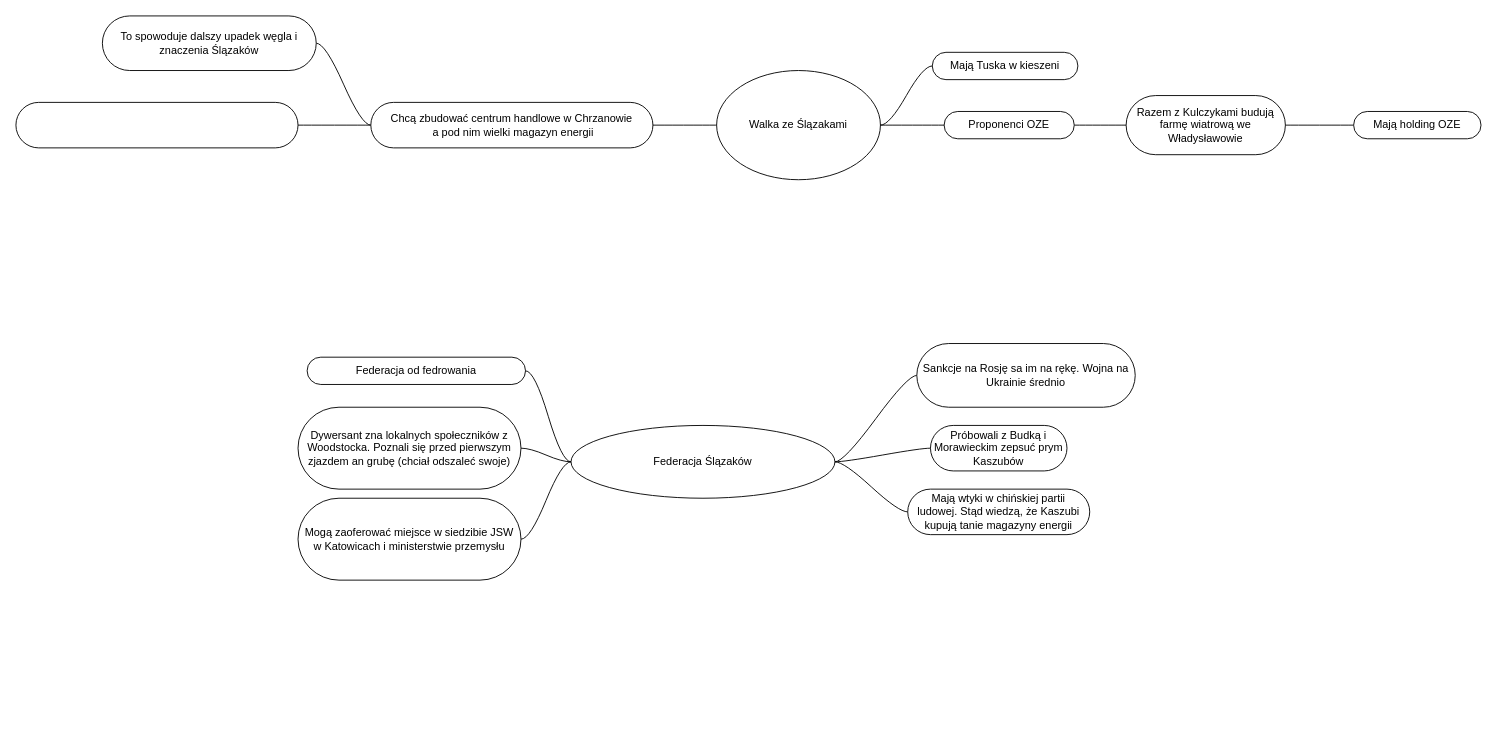
The draw.io diagram protoyp.drawio in tomasz923/game, before the edit. Source tidied: cells renumbered, new cells numbered last; positions are measured from the earlier drawing's top-left corner, leaving out a move shared by most shapes. Both pictures are drawn from the tidied source at 91%, with x=0, y=0 at pixel (15, 15).
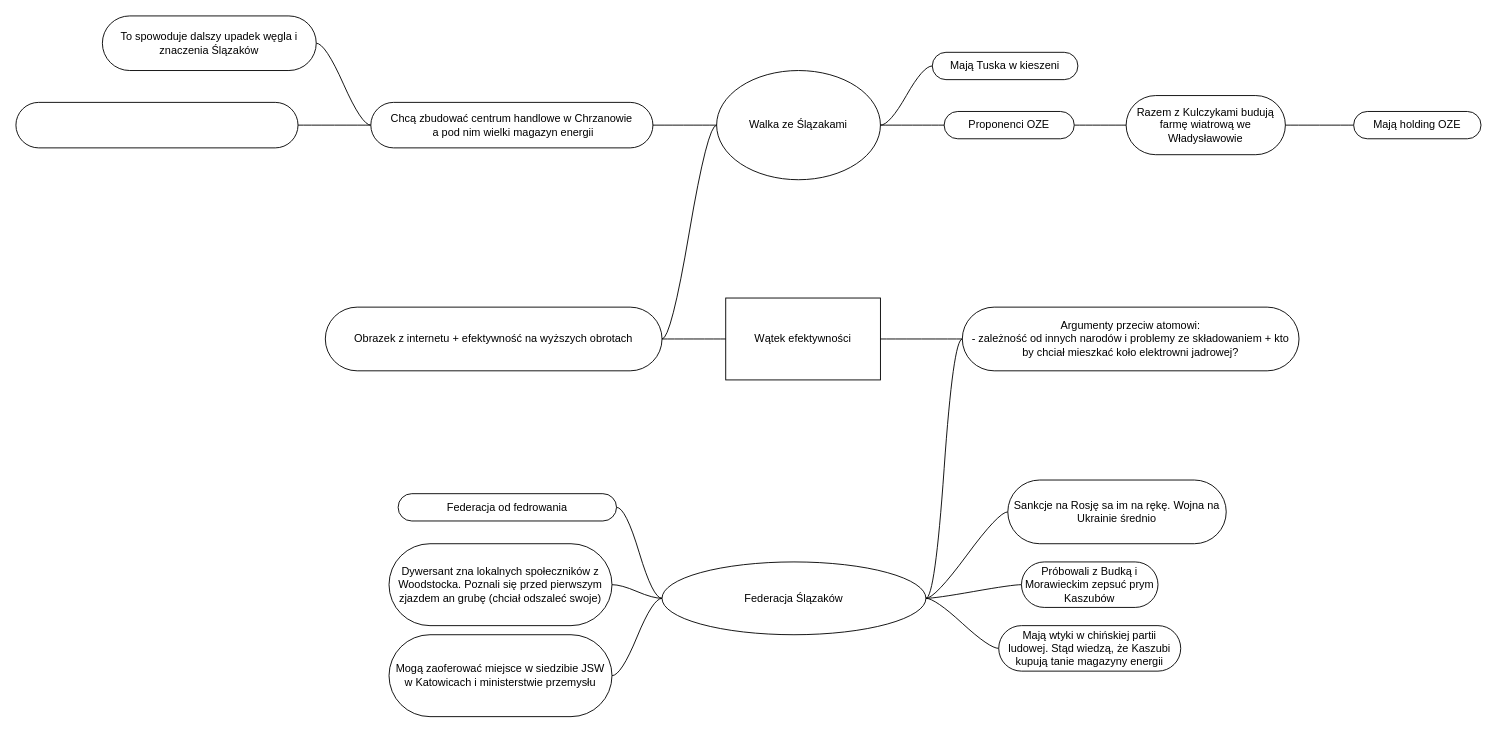
After the change.

Unchanged cells that the change refers to:
```xml
<mxCell id="3" value="Walka ze Ślązakami" style="ellipse;whiteSpace=wrap;html=1;align=center;newEdgeStyle={&quot;edgeStyle&quot;:&quot;entityRelationEdgeStyle&quot;,&quot;startArrow&quot;:&quot;none&quot;,&quot;endArrow&quot;:&quot;none&quot;,&quot;segment&quot;:10,&quot;curved&quot;:1,&quot;sourcePerimeterSpacing&quot;:0,&quot;targetPerimeterSpacing&quot;:0};" parent="1" vertex="1">
  <mxGeometry x="770" y="60" width="180" height="120" as="geometry" />
</mxCell>
```

The edit, as a diff of the source:
```diff
@@
     <mxCell id="17" value="Federacja Ślązaków" style="ellipse;whiteSpace=wrap;html=1;align=center;newEdgeStyle={&quot;edgeStyle&quot;:&quot;entityRelationEdgeStyle&quot;,&quot;startArrow&quot;:&quot;none&quot;,&quot;endArrow&quot;:&quot;none&quot;,&quot;segment&quot;:10,&quot;curved&quot;:1,&quot;sourcePerimeterSpacing&quot;:0,&quot;targetPerimeterSpacing&quot;:0};" parent="1" vertex="1">
-      <mxGeometry x="610" y="450" width="290" height="80" as="geometry" />
+      <mxGeometry x="710" y="600" width="290" height="80" as="geometry" />
     </mxCell>
     <mxCell id="18" value="Próbowali z Budką i Morawieckim zepsuć prym Kaszubów" style="whiteSpace=wrap;html=1;rounded=1;arcSize=50;align=center;verticalAlign=middle;strokeWidth=1;spacing=4;newEdgeStyle={&quot;edgeStyle&quot;:&quot;entityRelationEdgeStyle&quot;,&quot;startArrow&quot;:&quot;none&quot;,&quot;endArrow&quot;:&quot;none&quot;,&quot;segment&quot;:10,&quot;curved&quot;:1,&quot;sourcePerimeterSpacing&quot;:0,&quot;targetPerimeterSpacing&quot;:0};" parent="1" vertex="1">
-      <mxGeometry x="1005" y="450" width="150" height="50" as="geometry" />
+      <mxGeometry x="1105" y="600" width="150" height="50" as="geometry" />
     </mxCell>
     <mxCell id="19" value="Federacja od fedrowania" style="whiteSpace=wrap;html=1;rounded=1;arcSize=50;align=center;verticalAlign=middle;strokeWidth=1;spacing=4;newEdgeStyle={&quot;edgeStyle&quot;:&quot;entityRelationEdgeStyle&quot;,&quot;startArrow&quot;:&quot;none&quot;,&quot;endArrow&quot;:&quot;none&quot;,&quot;segment&quot;:10,&quot;curved&quot;:1,&quot;sourcePerimeterSpacing&quot;:0,&quot;targetPerimeterSpacing&quot;:0};" parent="1" vertex="1">
-      <mxGeometry x="320" y="375" width="240" height="30" as="geometry" />
+      <mxGeometry x="420" y="525" width="240" height="30" as="geometry" />
     </mxCell>
@@
     <mxCell id="21" value="Mają wtyki w chińskiej partii ludowej. Stąd wiedzą, że Kaszubi kupują tanie ma&lt;span style=&quot;background-color: transparent; color: light-dark(rgb(0, 0, 0), rgb(255, 255, 255));&quot;&gt;gazyny energii&lt;/span&gt;" style="whiteSpace=wrap;html=1;rounded=1;arcSize=50;align=center;verticalAlign=middle;strokeWidth=1;spacing=4;newEdgeStyle={&quot;edgeStyle&quot;:&quot;entityRelationEdgeStyle&quot;,&quot;startArrow&quot;:&quot;none&quot;,&quot;endArrow&quot;:&quot;none&quot;,&quot;segment&quot;:10,&quot;curved&quot;:1,&quot;sourcePerimeterSpacing&quot;:0,&quot;targetPerimeterSpacing&quot;:0};" parent="1" vertex="1">
-      <mxGeometry x="980" y="520" width="200" height="50" as="geometry" />
+      <mxGeometry x="1080" y="670" width="200" height="50" as="geometry" />
     </mxCell>
@@
     <mxCell id="23" value="Dywersant zna lokalnych społeczników z Woodstocka. Poznali się przed pierwszym zjazdem an grubę (chciał odszaleć swoje)" style="whiteSpace=wrap;html=1;rounded=1;arcSize=50;align=center;verticalAlign=middle;strokeWidth=1;spacing=4;newEdgeStyle={&quot;edgeStyle&quot;:&quot;entityRelationEdgeStyle&quot;,&quot;startArrow&quot;:&quot;none&quot;,&quot;endArrow&quot;:&quot;none&quot;,&quot;segment&quot;:10,&quot;curved&quot;:1,&quot;sourcePerimeterSpacing&quot;:0,&quot;targetPerimeterSpacing&quot;:0};" parent="1" vertex="1">
-      <mxGeometry x="310" y="430" width="245" height="90" as="geometry" />
+      <mxGeometry x="410" y="580" width="245" height="90" as="geometry" />
     </mxCell>
     <mxCell id="24" value="Mogą zaoferować miejsce w siedzibie JSW w Katowicach i ministerstwie przemysłu" style="whiteSpace=wrap;html=1;rounded=1;arcSize=50;align=center;verticalAlign=middle;strokeWidth=1;spacing=4;newEdgeStyle={&quot;edgeStyle&quot;:&quot;entityRelationEdgeStyle&quot;,&quot;startArrow&quot;:&quot;none&quot;,&quot;endArrow&quot;:&quot;none&quot;,&quot;segment&quot;:10,&quot;curved&quot;:1,&quot;sourcePerimeterSpacing&quot;:0,&quot;targetPerimeterSpacing&quot;:0};" parent="1" vertex="1">
-      <mxGeometry x="310" y="530" width="245" height="90" as="geometry" />
+      <mxGeometry x="410" y="680" width="245" height="90" as="geometry" />
     </mxCell>
@@
     <mxCell id="29" value="Sankcje na Rosję sa im na rękę. Wojna na Ukrainie średnio" style="whiteSpace=wrap;html=1;rounded=1;arcSize=50;align=center;verticalAlign=middle;strokeWidth=1;spacing=4;newEdgeStyle={&quot;edgeStyle&quot;:&quot;entityRelationEdgeStyle&quot;,&quot;startArrow&quot;:&quot;none&quot;,&quot;endArrow&quot;:&quot;none&quot;,&quot;segment&quot;:10,&quot;curved&quot;:1,&quot;sourcePerimeterSpacing&quot;:0,&quot;targetPerimeterSpacing&quot;:0};" parent="1" vertex="1">
-      <mxGeometry x="990" y="360" width="240" height="70" as="geometry" />
+      <mxGeometry x="1090" y="510" width="240" height="70" as="geometry" />
     </mxCell>
+    <mxCell id="30" value="Wątek efektywności" style="rounded=0;whiteSpace=wrap;html=1;" parent="1" vertex="1">
+      <mxGeometry x="780" y="310" width="170" height="90" as="geometry" />
+    </mxCell>
+    <mxCell id="31" style="edgeStyle=entityRelationEdgeStyle;rounded=0;jettySize=auto;html=1;startArrow=none;endArrow=none;segment=10;curved=1;sourcePerimeterSpacing=0;targetPerimeterSpacing=0;" parent="1" edge="1" source="33" target="17">
+      <mxGeometry relative="1" as="geometry">
+        <Array as="points">
+          <mxPoint x="840" y="600" />
+        </Array>
+      </mxGeometry>
+    </mxCell>
+    <mxCell id="32" style="edgeStyle=entityRelationEdgeStyle;rounded=0;jettySize=auto;html=1;startArrow=none;endArrow=none;segment=10;curved=1;sourcePerimeterSpacing=0;targetPerimeterSpacing=0;" parent="1" edge="1" source="33" target="30">
+      <mxGeometry relative="1" as="geometry" />
+    </mxCell>
+    <mxCell id="33" value="Argumenty przeciw atomowi:&lt;br&gt;- zależność od innych narodów i problemy ze składowaniem + kto by chciał mieszkać koło elektrowni jadrowej?" style="whiteSpace=wrap;html=1;rounded=1;arcSize=50;align=center;verticalAlign=middle;strokeWidth=1;spacing=4;newEdgeStyle={&quot;edgeStyle&quot;:&quot;entityRelationEdgeStyle&quot;,&quot;startArrow&quot;:&quot;none&quot;,&quot;endArrow&quot;:&quot;none&quot;,&quot;segment&quot;:10,&quot;curved&quot;:1,&quot;sourcePerimeterSpacing&quot;:0,&quot;targetPerimeterSpacing&quot;:0};" parent="1" vertex="1">
+      <mxGeometry x="1040" y="320" width="370" height="70" as="geometry" />
+    </mxCell>
+    <mxCell id="34" style="edgeStyle=entityRelationEdgeStyle;rounded=0;jettySize=auto;html=1;startArrow=none;endArrow=none;segment=10;curved=1;sourcePerimeterSpacing=0;targetPerimeterSpacing=0;" parent="1" edge="1" source="36" target="30">
+      <mxGeometry relative="1" as="geometry" />
+    </mxCell>
+    <mxCell id="35" style="edgeStyle=entityRelationEdgeStyle;rounded=0;jettySize=auto;html=1;startArrow=none;endArrow=none;segment=10;curved=1;sourcePerimeterSpacing=0;targetPerimeterSpacing=0;" parent="1" edge="1" source="36" target="3">
+      <mxGeometry relative="1" as="geometry" />
+    </mxCell>
+    <mxCell id="36" value="Obrazek z internetu + efektywność na wyższych obrotach" style="whiteSpace=wrap;html=1;rounded=1;arcSize=50;align=center;verticalAlign=middle;strokeWidth=1;spacing=4;newEdgeStyle={&quot;edgeStyle&quot;:&quot;entityRelationEdgeStyle&quot;,&quot;startArrow&quot;:&quot;none&quot;,&quot;endArrow&quot;:&quot;none&quot;,&quot;segment&quot;:10,&quot;curved&quot;:1,&quot;sourcePerimeterSpacing&quot;:0,&quot;targetPerimeterSpacing&quot;:0};" parent="1" vertex="1">
+      <mxGeometry x="340" y="320" width="370" height="70" as="geometry" />
+    </mxCell>
```
